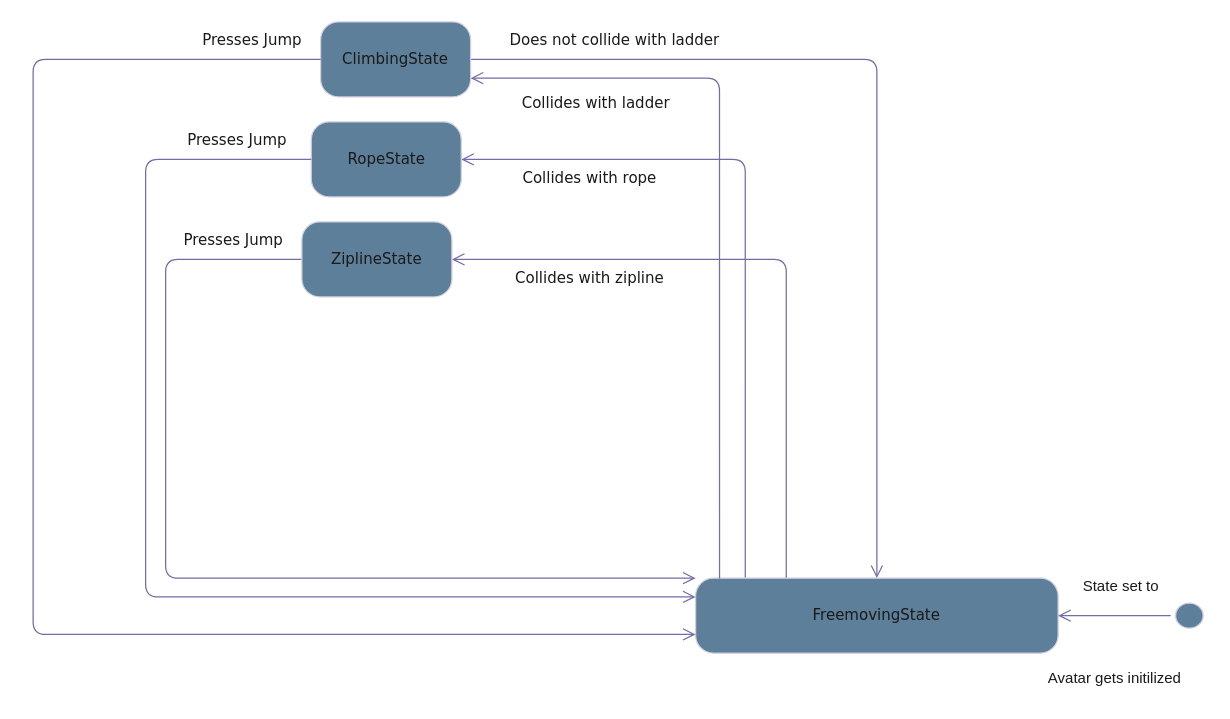
Tycro-Games/BlockA-Pitfall keeps this draw.io diagram as PlayerStates.drawio. Above is the earlier version. Source tidied: cells renumbered, new cells numbered last; positions are measured from the earlier drawing's top-left corner, leaving out a move shared by most shapes. Both pictures are drawn from the tidied source at 125%, with x=0, y=0 at pixel (32, 21).
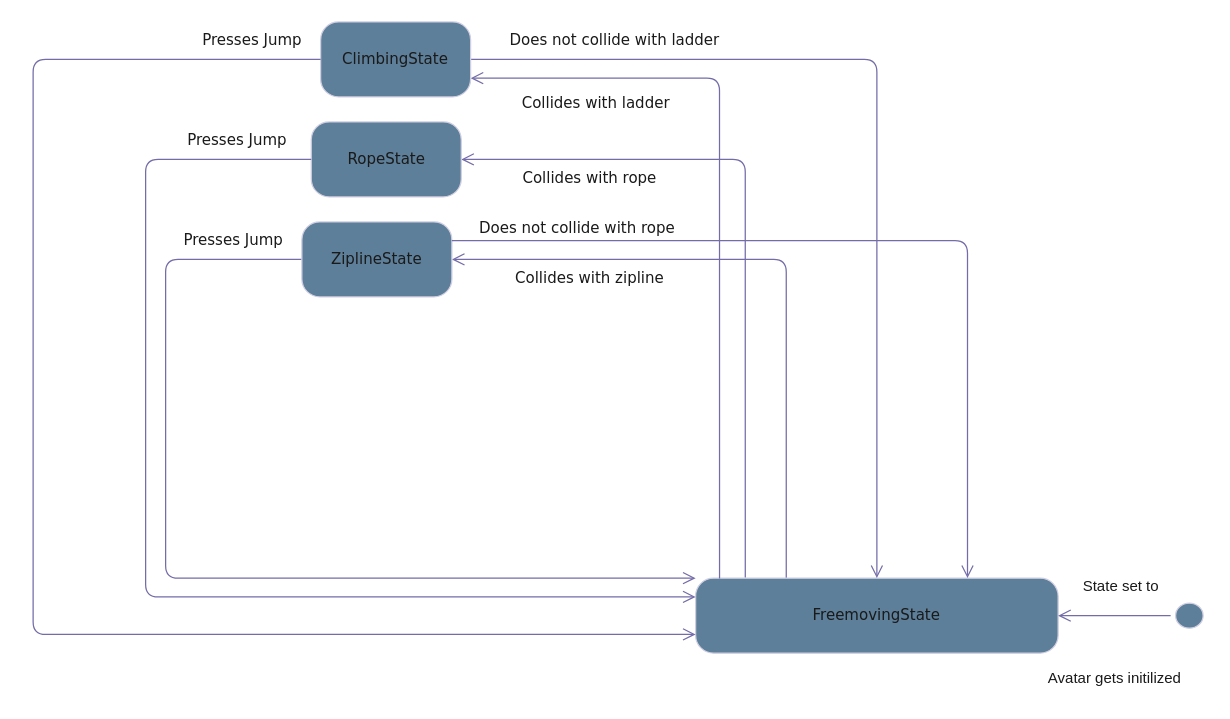
Above is the later version.

The change refers to these unchanged cells:
```xml
<mxCell id="4" value="&lt;div&gt;FreemovingState&lt;/div&gt;" style="rounded=1;whiteSpace=wrap;html=1;arcSize=24;fillColor=#5D7F99;strokeColor=#D0CEE2;shadow=0;comic=0;labelBackgroundColor=none;fontFamily=Verdana;fontSize=12;fontColor=#1A1A1A;align=center;" parent="1" vertex="1">
  <mxGeometry x="530" y="445" width="290" height="60" as="geometry" />
</mxCell>
<mxCell id="16" value="ZiplineState" style="rounded=1;whiteSpace=wrap;html=1;arcSize=24;fillColor=#5D7F99;strokeColor=#D0CEE2;shadow=0;comic=0;labelBackgroundColor=none;fontFamily=Verdana;fontSize=12;fontColor=#1A1A1A;align=center;" parent="1" vertex="1">
  <mxGeometry x="215" y="160" width="120" height="60" as="geometry" />
</mxCell>
```

Diff of the diagram source:
```diff
@@
+    <mxCell id="24" style="edgeStyle=orthogonalEdgeStyle;shape=connector;rounded=1;jettySize=auto;html=1;entryX=0.75;entryY=0;entryDx=0;entryDy=0;labelBackgroundColor=none;strokeColor=#736CA8;fontFamily=Verdana;fontSize=12;fontColor=default;endArrow=open;endSize=8;exitX=1;exitY=0.25;exitDx=0;exitDy=0;" parent="1" edge="1" source="16" target="4">
+      <mxGeometry relative="1" as="geometry" />
+    </mxCell>
+    <mxCell id="25" value="Does not collide with rope" style="text;html=1;align=center;verticalAlign=middle;strokeColor=none;fillColor=none;fontSize=12;fontFamily=Verdana;fontColor=#1A1A1A;labelBackgroundColor=none;" parent="1" vertex="1">
+      <mxGeometry x="340" y="150" width="190" height="30" as="geometry" />
+    </mxCell>
```
